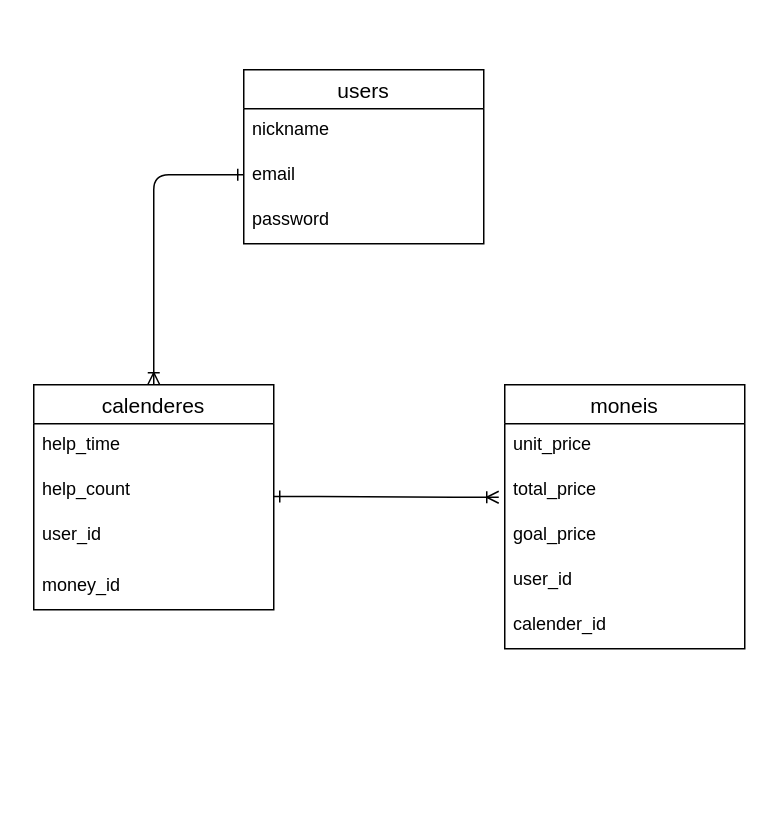
The draw.io diagram test.dio in yujimiya/okozukai-app-39790-, before the edit. Source tidied: cells renumbered, new cells numbered last; positions are measured from the earlier drawing's top-left corner, leaving out a move shared by most shapes. Both pictures are drawn from the tidied source at 150%, with x=0, y=0 at pixel (33, 69).
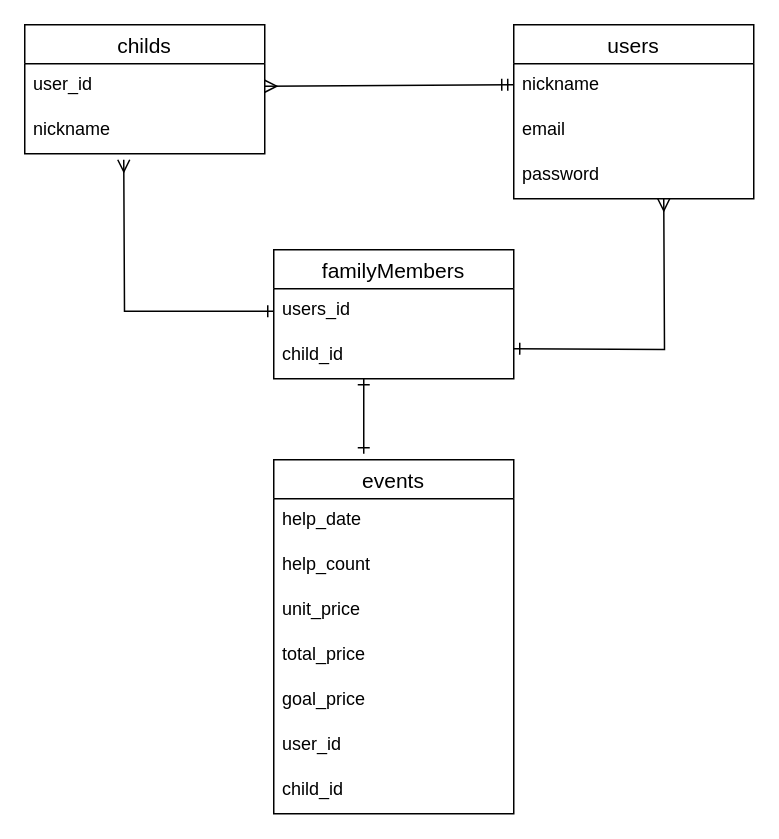
After the change.

Commit message (it also covers changes not shown here):
データベース設計完了

Change to the diagram source:
```diff
@@
     <mxCell id="2" value="users" style="swimlane;fontStyle=0;horizontal=1;startSize=26;align=center;fontSize=14;" parent="1" vertex="1">
-      <mxGeometry x="140" width="160" height="116" as="geometry" />
+      <mxGeometry x="320" y="-30" width="160" height="116" as="geometry" />
     </mxCell>
@@
-    <mxCell id="6" value="calenderes" style="swimlane;fontStyle=0;horizontal=1;startSize=26;align=center;fontSize=14;" parent="1" vertex="1">
-      <mxGeometry y="210" width="160" height="150" as="geometry" />
-    </mxCell>
-    <mxCell id="7" value="help_time" style="text;strokeColor=none;fillColor=none;spacingLeft=4;spacingRight=4;overflow=hidden;fontSize=12;" parent="6" vertex="1">
-      <mxGeometry y="26" width="160" height="30" as="geometry" />
-    </mxCell>
+    <mxCell id="11" value="events" style="swimlane;fontStyle=0;horizontal=1;startSize=26;align=center;fontSize=14;" parent="1" vertex="1">
+      <mxGeometry x="160" y="260" width="160" height="236" as="geometry" />
+    </mxCell>
+    <mxCell id="19" value="help_date" style="text;strokeColor=none;fillColor=none;spacingLeft=4;spacingRight=4;overflow=hidden;fontSize=12;" parent="11" vertex="1">
+      <mxGeometry y="26" width="160" height="30" as="geometry" />
+    </mxCell>
-    <mxCell id="8" value="help_count" style="text;strokeColor=none;fillColor=none;spacingLeft=4;spacingRight=4;overflow=hidden;fontSize=12;" parent="6" vertex="1">
+    <mxCell id="8" value="help_count" style="text;strokeColor=none;fillColor=none;spacingLeft=4;spacingRight=4;overflow=hidden;fontSize=12;" parent="11" vertex="1">
       <mxGeometry y="56" width="160" height="30" as="geometry" />
     </mxCell>
-    <mxCell id="9" value="user_id" style="text;strokeColor=none;fillColor=none;spacingLeft=4;spacingRight=4;overflow=hidden;points=[[0,0.5],[1,0.5]];portConstraint=eastwest;fontSize=12;" parent="6" vertex="1">
-      <mxGeometry y="86" width="160" height="34" as="geometry" />
-    </mxCell>
-    <mxCell id="10" value="money_id" style="text;strokeColor=none;fillColor=none;spacingLeft=4;spacingRight=4;overflow=hidden;fontSize=12;" parent="6" vertex="1">
-      <mxGeometry y="120" width="160" height="30" as="geometry" />
-    </mxCell>
-    <mxCell id="11" value="moneis" style="swimlane;fontStyle=0;horizontal=1;startSize=26;align=center;fontSize=14;" parent="1" vertex="1">
-      <mxGeometry x="314" y="210" width="160" height="176" as="geometry" />
-    </mxCell>
     <mxCell id="12" value="unit_price" style="text;strokeColor=none;fillColor=none;spacingLeft=4;spacingRight=4;overflow=hidden;fontSize=12;" parent="11" vertex="1">
-      <mxGeometry y="26" width="160" height="30" as="geometry" />
+      <mxGeometry y="86" width="160" height="30" as="geometry" />
     </mxCell>
     <mxCell id="13" value="total_price" style="text;strokeColor=none;fillColor=none;spacingLeft=4;spacingRight=4;overflow=hidden;fontSize=12;" parent="11" vertex="1">
-      <mxGeometry y="56" width="160" height="30" as="geometry" />
+      <mxGeometry y="116" width="160" height="30" as="geometry" />
     </mxCell>
     <mxCell id="14" value="goal_price" style="text;strokeColor=none;fillColor=none;spacingLeft=4;spacingRight=4;overflow=hidden;fontSize=12;" parent="11" vertex="1">
-      <mxGeometry y="86" width="160" height="30" as="geometry" />
+      <mxGeometry y="146" width="160" height="30" as="geometry" />
     </mxCell>
     <mxCell id="15" value="user_id" style="text;strokeColor=none;fillColor=none;spacingLeft=4;spacingRight=4;overflow=hidden;fontSize=12;" parent="11" vertex="1">
-      <mxGeometry y="116" width="160" height="30" as="geometry" />
+      <mxGeometry y="176" width="160" height="30" as="geometry" />
     </mxCell>
-    <mxCell id="16" value="calender_id" style="text;strokeColor=none;fillColor=none;spacingLeft=4;spacingRight=4;overflow=hidden;fontSize=12;" parent="11" vertex="1">
-      <mxGeometry y="146" width="160" height="30" as="geometry" />
-    </mxCell>
-    <mxCell id="17" style="edgeStyle=orthogonalEdgeStyle;fontSize=12;html=1;endArrow=ERone;startArrow=ERoneToMany;startFill=0;endFill=0;exitX=0.5;exitY=0;exitDx=0;exitDy=0;" parent="1" edge="1" source="6">
-      <mxGeometry relative="1" as="geometry">
-        <mxPoint x="140" y="70" as="targetPoint" />
-        <Array as="points">
-          <mxPoint x="80" y="70" />
-        </Array>
-      </mxGeometry>
-    </mxCell>
-    <mxCell id="18" style="edgeStyle=entityRelationEdgeStyle;fontSize=12;html=1;endArrow=ERoneToMany;endFill=0;rounded=0;startArrow=ERone;startFill=0;" parent="1" edge="1">
-      <mxGeometry relative="1" as="geometry">
-        <mxPoint x="160" y="284.5" as="sourcePoint" />
-        <mxPoint x="310" y="285" as="targetPoint" />
-      </mxGeometry>
-    </mxCell>
+    <mxCell id="20" value="child_id" style="text;strokeColor=none;fillColor=none;spacingLeft=4;spacingRight=4;overflow=hidden;fontSize=12;" parent="11" vertex="1">
+      <mxGeometry y="206" width="160" height="30" as="geometry" />
+    </mxCell>
+    <mxCell id="21" value="familyMembers" style="swimlane;fontStyle=0;horizontal=1;startSize=26;align=center;fontSize=14;" parent="1" vertex="1">
+      <mxGeometry x="160" y="120" width="160" height="86" as="geometry" />
+    </mxCell>
+    <mxCell id="22" value="users_id&#10;" style="text;strokeColor=none;fillColor=none;spacingLeft=4;spacingRight=4;overflow=hidden;points=[[0,0.5],[1,0.5]];portConstraint=eastwest;fontSize=12;" parent="21" vertex="1">
+      <mxGeometry y="26" width="160" height="30" as="geometry" />
+    </mxCell>
+    <mxCell id="23" value="child_id" style="text;strokeColor=none;fillColor=none;spacingLeft=4;spacingRight=4;overflow=hidden;fontSize=12;" parent="21" vertex="1">
+      <mxGeometry y="56" width="160" height="30" as="geometry" />
+    </mxCell>
+    <mxCell id="24" value="childs" style="swimlane;fontStyle=0;horizontal=1;startSize=26;align=center;fontSize=14;" parent="1" vertex="1">
+      <mxGeometry x="-6" y="-30" width="160" height="86" as="geometry" />
+    </mxCell>
+    <mxCell id="9" value="user_id" style="text;strokeColor=none;fillColor=none;spacingLeft=4;spacingRight=4;overflow=hidden;points=[[0,0.5],[1,0.5]];portConstraint=eastwest;fontSize=12;" parent="24" vertex="1">
+      <mxGeometry y="26" width="160" height="30" as="geometry" />
+    </mxCell>
+    <mxCell id="25" value="nickname" style="text;strokeColor=none;fillColor=none;spacingLeft=4;spacingRight=4;overflow=hidden;fontSize=12;" parent="24" vertex="1">
+      <mxGeometry y="56" width="160" height="30" as="geometry" />
+    </mxCell>
+    <mxCell id="26" style="edgeStyle=orthogonalEdgeStyle;fontSize=12;html=1;endArrow=ERmany;rounded=0;startArrow=ERone;startFill=0;" parent="1" edge="1">
+      <mxGeometry relative="1" as="geometry">
+        <mxPoint x="320" y="186" as="sourcePoint" />
+        <mxPoint x="420" y="86" as="targetPoint" />
+      </mxGeometry>
+    </mxCell>
+    <mxCell id="27" style="edgeStyle=orthogonalEdgeStyle;fontSize=12;html=1;endArrow=ERmany;startArrow=ERone;rounded=0;exitX=0;exitY=0.5;exitDx=0;exitDy=0;startFill=0;endFill=0;" parent="1" edge="1" source="22">
+      <mxGeometry relative="1" as="geometry">
+        <mxPoint x="60" y="60" as="targetPoint" />
+      </mxGeometry>
+    </mxCell>
+    <mxCell id="28" style="fontSize=12;html=1;endArrow=ERone;endFill=1;rounded=0;startArrow=ERone;startFill=0;" parent="1" edge="1">
+      <mxGeometry relative="1" as="geometry">
+        <mxPoint x="220" y="256" as="sourcePoint" />
+        <mxPoint x="220" y="206" as="targetPoint" />
+        <Array as="points">
+          <mxPoint x="220" y="236" />
+        </Array>
+      </mxGeometry>
+    </mxCell>
+    <mxCell id="29" style="fontSize=12;html=1;endArrow=ERmandOne;startArrow=ERmany;rounded=0;exitX=1;exitY=0.5;exitDx=0;exitDy=0;startFill=0;" parent="1" edge="1" source="9">
+      <mxGeometry relative="1" as="geometry">
+        <mxPoint x="320" y="10" as="targetPoint" />
+      </mxGeometry>
+    </mxCell>
```
